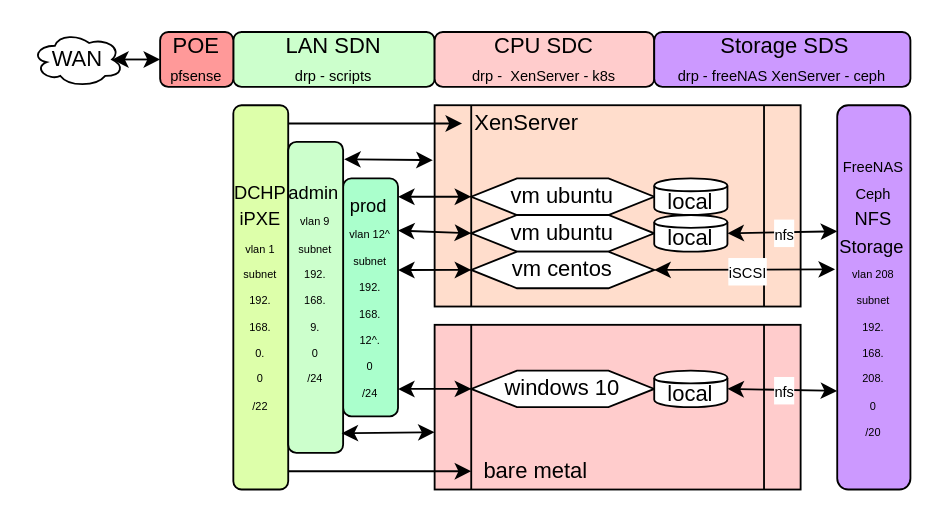
This is page "Overview" (1 of 3) of docs/hsgrid/hsgrid-overview.drawio from 2cld/hs-platform, a draw.io file, before an edit. Source tidied: cells renumbered, new cells numbered last; positions are measured from the earlier drawing's top-left corner, leaving out a move shared by most shapes. Both pictures are drawn from the tidied source at 183%, with x=0, y=0 at pixel (31, 31).
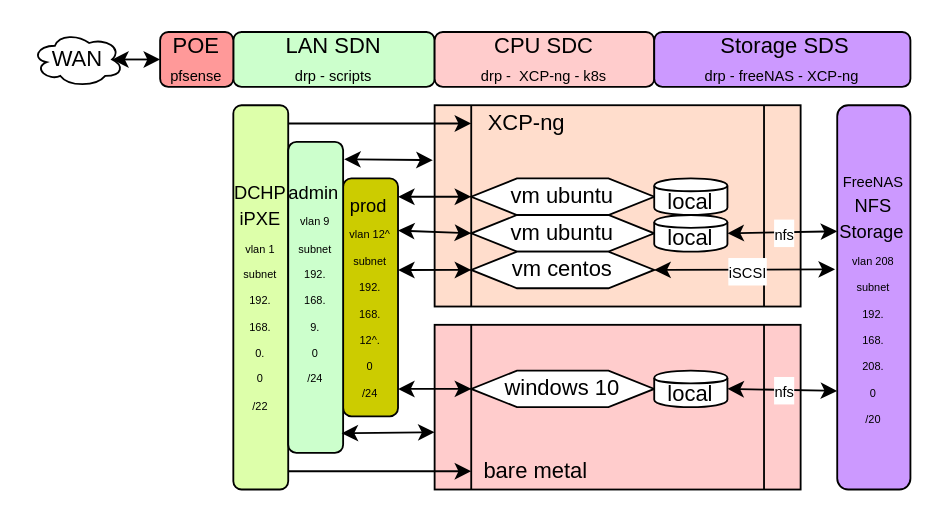
The same diagram, later.

What changed in the source:
```diff
@@
-    <mxCell id="6" value="CPU SDC&lt;br&gt;&lt;font style=&quot;font-size: 8px&quot;&gt;drp -&amp;nbsp; XenServer - k8s&lt;/font&gt;" style="rounded=1;whiteSpace=wrap;html=1;fillColor=#FFCCCC;" parent="1" vertex="1">
+    <mxCell id="6" value="CPU SDC&lt;br&gt;&lt;font style=&quot;font-size: 8px&quot;&gt;drp -&amp;nbsp; XCP-ng - k8s&lt;/font&gt;" style="rounded=1;whiteSpace=wrap;html=1;fillColor=#FFCCCC;" parent="1" vertex="1">
       <mxGeometry x="220" width="120" height="30" as="geometry" />
     </mxCell>
-    <mxCell id="7" value="&amp;nbsp;Storage SDS&lt;br&gt;&lt;font style=&quot;font-size: 8px&quot;&gt;drp - freeNAS XenServer - ceph&lt;/font&gt;" style="rounded=1;whiteSpace=wrap;html=1;fillColor=#CC99FF;" parent="1" vertex="1">
+    <mxCell id="7" value="&amp;nbsp;Storage SDS&lt;br&gt;&lt;font style=&quot;font-size: 8px&quot;&gt;drp - freeNAS - XCP-ng&lt;/font&gt;" style="rounded=1;whiteSpace=wrap;html=1;fillColor=#CC99FF;" parent="1" vertex="1">
       <mxGeometry x="340" width="140" height="30" as="geometry" />
     </mxCell>
@@
-    <mxCell id="13" value="XenServer" style="text;html=1;align=center;verticalAlign=middle;points=[];fillColor=none;strokeColor=none;rounded=0;" parent="1" vertex="1">
-      <mxGeometry x="235" y="40" width="70" height="20" as="geometry" />
+    <mxCell id="13" value="XCP-ng" style="text;html=1;align=center;verticalAlign=middle;points=[];fillColor=none;strokeColor=none;rounded=0;" parent="1" vertex="1">
+      <mxGeometry x="240" y="40" width="60" height="20" as="geometry" />
     </mxCell>
@@
-    <mxCell id="18" value="&lt;font style=&quot;font-size: 10px&quot;&gt;prod&lt;/font&gt;&lt;font style=&quot;font-size: 6px&quot;&gt;&amp;nbsp;&lt;br&gt;vlan 12^&lt;br&gt;subnet&lt;br&gt;192.&lt;br&gt;168.&lt;br&gt;12^.&lt;br&gt;0&lt;br&gt;/24&lt;br&gt;&lt;/font&gt;" style="rounded=1;whiteSpace=wrap;html=1;fillColor=#AAFFCC;" parent="1" vertex="1">
+    <mxCell id="18" value="&lt;font style=&quot;font-size: 10px&quot;&gt;prod&lt;/font&gt;&lt;font style=&quot;font-size: 6px&quot;&gt;&amp;nbsp;&lt;br&gt;vlan 12^&lt;br&gt;subnet&lt;br&gt;192.&lt;br&gt;168.&lt;br&gt;12^.&lt;br&gt;0&lt;br&gt;/24&lt;br&gt;&lt;/font&gt;" style="rounded=1;whiteSpace=wrap;html=1;fillColor=#CCCC00;" parent="1" vertex="1">
       <mxGeometry x="170" y="80" width="30" height="130" as="geometry" />
     </mxCell>
@@
-    <mxCell id="20" value="&lt;font&gt;&lt;font style=&quot;font-size: 8px&quot;&gt;FreeNAS&lt;/font&gt;&lt;br&gt;&lt;font style=&quot;font-size: 8px&quot;&gt;Ceph&lt;/font&gt;&lt;br&gt;&lt;span style=&quot;font-size: 10px&quot;&gt;NFS&lt;/span&gt;&lt;br&gt;&lt;span style=&quot;font-size: 10px&quot;&gt;Storage&lt;/span&gt;&lt;/font&gt;&lt;font style=&quot;font-size: 6px&quot;&gt;&amp;nbsp;&lt;br&gt;vlan 208&lt;br&gt;subnet&lt;br&gt;192.&lt;br&gt;168.&lt;br&gt;208.&lt;br&gt;0&lt;br&gt;/20&lt;br&gt;&lt;/font&gt;" style="rounded=1;whiteSpace=wrap;html=1;fillColor=#CC99FF;" parent="1" vertex="1">
+    <mxCell id="20" value="&lt;font&gt;&lt;font style=&quot;font-size: 8px&quot;&gt;FreeNAS&lt;/font&gt;&lt;br&gt;&lt;span style=&quot;font-size: 10px&quot;&gt;NFS&lt;/span&gt;&lt;br&gt;&lt;span style=&quot;font-size: 10px&quot;&gt;Storage&lt;/span&gt;&lt;/font&gt;&lt;font style=&quot;font-size: 6px&quot;&gt;&amp;nbsp;&lt;br&gt;vlan 208&lt;br&gt;subnet&lt;br&gt;192.&lt;br&gt;168.&lt;br&gt;208.&lt;br&gt;0&lt;br&gt;/20&lt;br&gt;&lt;/font&gt;" style="rounded=1;whiteSpace=wrap;html=1;fillColor=#CC99FF;" parent="1" vertex="1">
       <mxGeometry x="440" y="40" width="40" height="210" as="geometry" />
     </mxCell>
```
